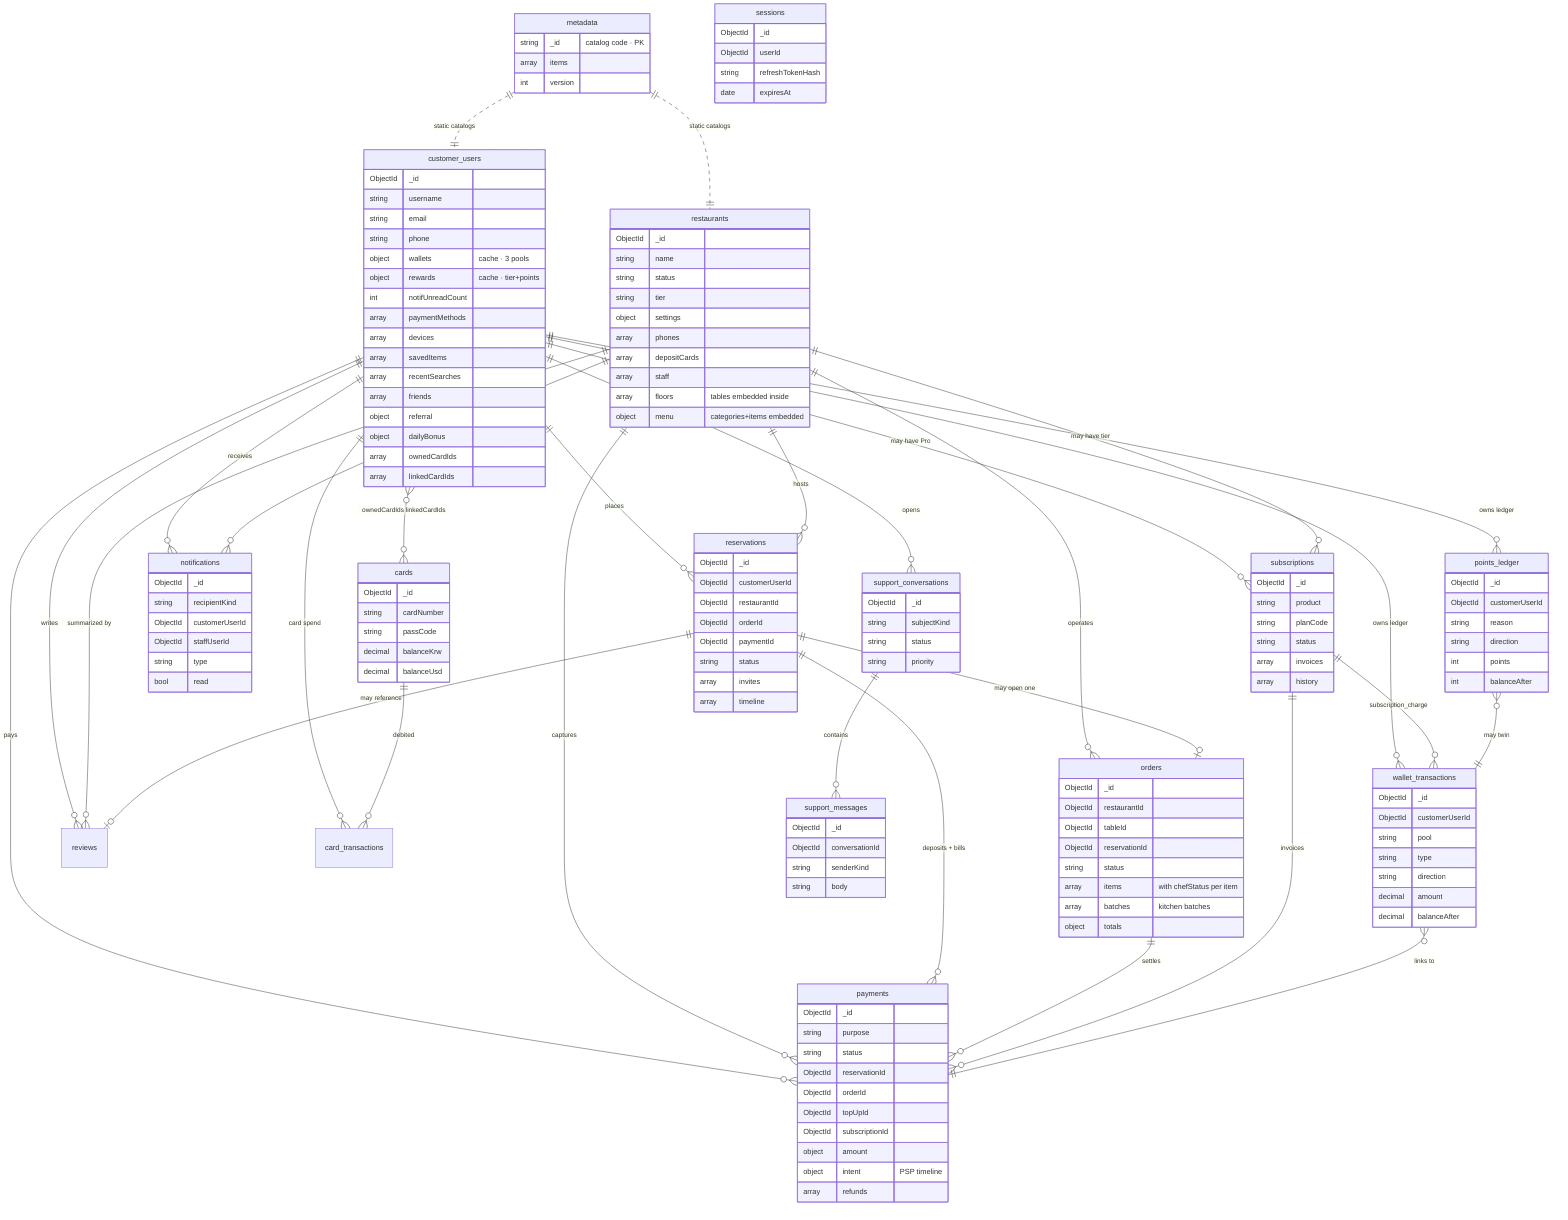
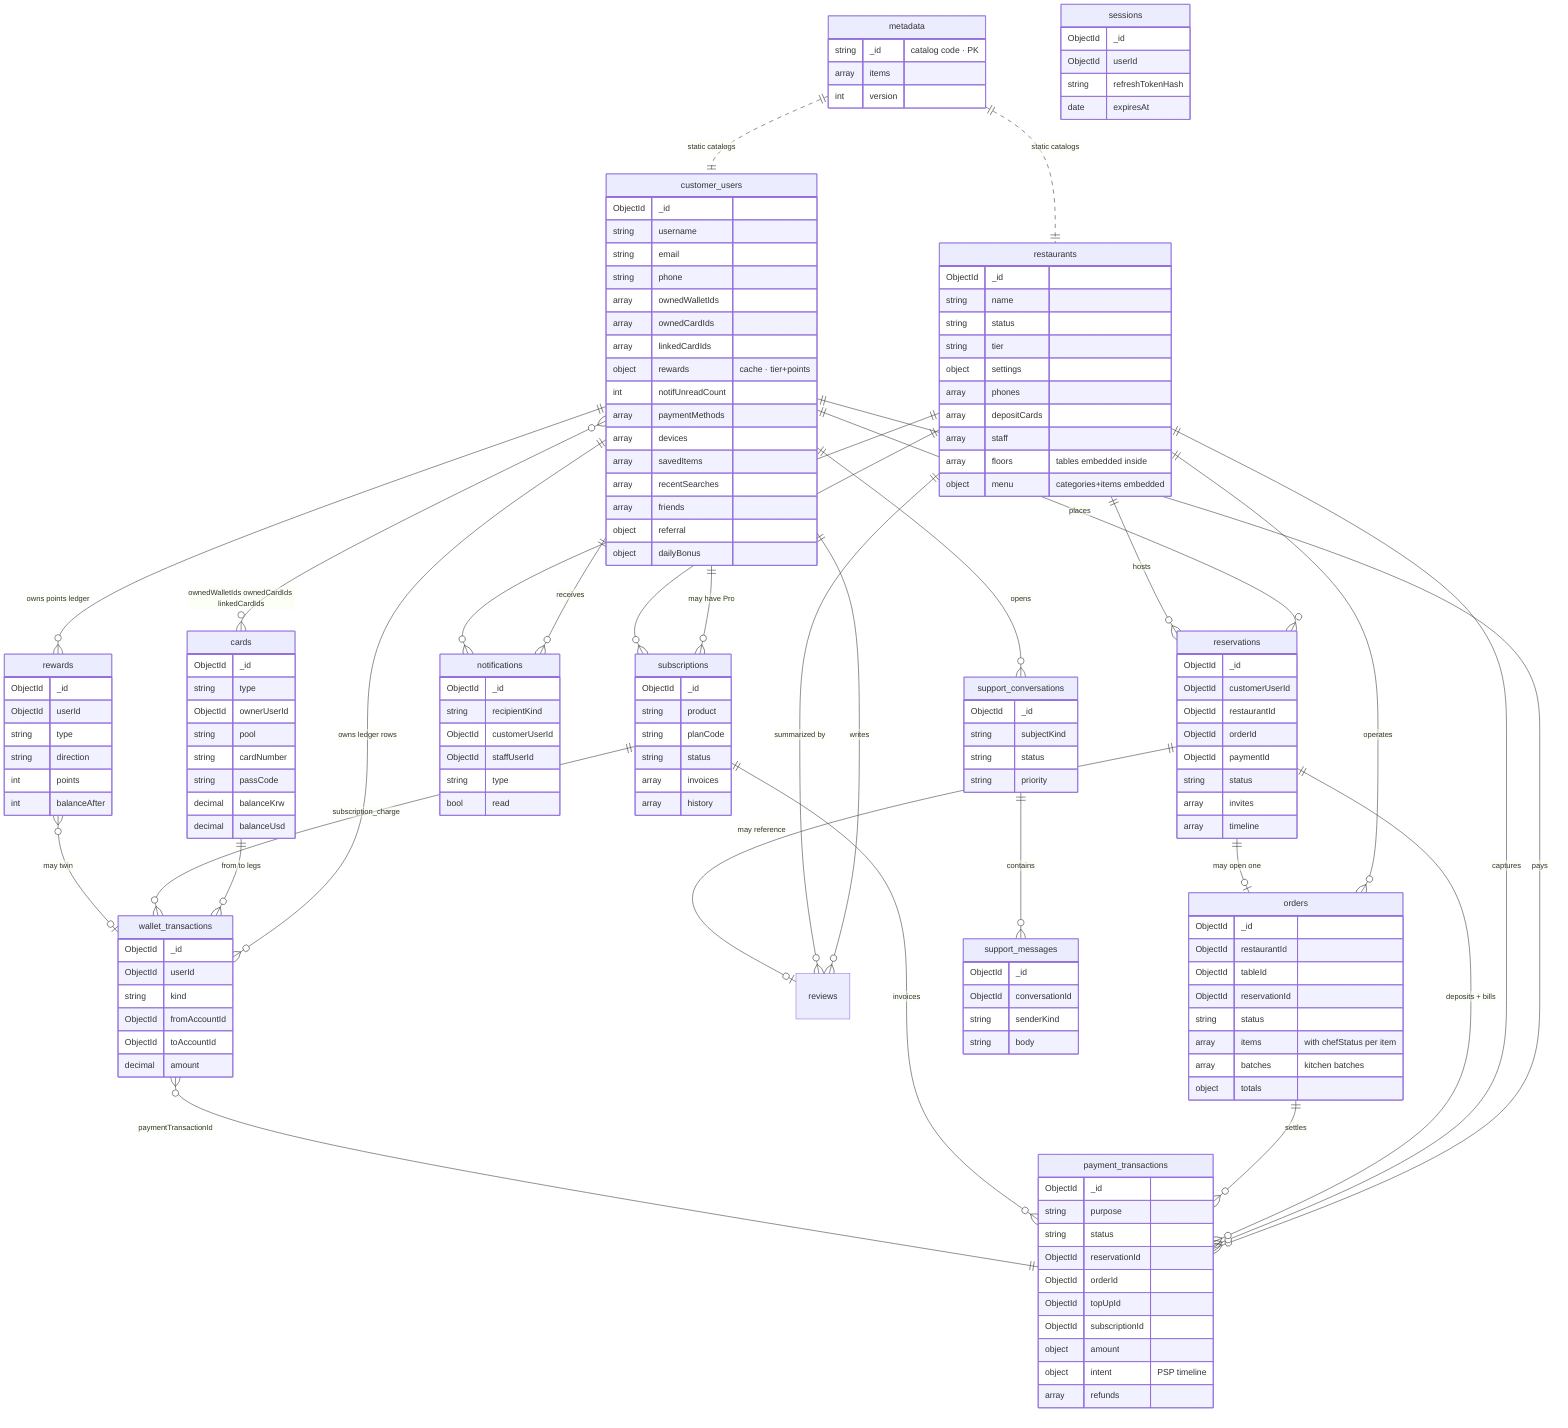
erDiagram
- %% The 15-collection compromise schema. Lines marked with `||--o{` mean
+ %% The 14-collection compromise schema. Lines marked with `||--o{` mean
%% "exactly-one to many"; `}o--o{` means many-to-many via embedded references.
- %% Cache fields living on `customer_users` (wallets, rewards, notifUnread) are
- %% kept in sync atomically with the authoritative ledger collections.
+ %% Optional cache fields on `customer_users` (rewards, notifUnread) stay in sync
+ %% with authoritative ledger collections; wallet balances live on `cards`.
    customer_users ||--o{ reservations : "places"
-     customer_users ||--o{ wallet_transactions : "owns ledger"
-     customer_users ||--o{ points_ledger : "owns ledger"
-     customer_users ||--o{ payments : "pays"
+     customer_users ||--o{ wallet_transactions : "owns ledger rows"
+     customer_users ||--o{ rewards : "owns points ledger"
+     customer_users ||--o{ payment_transactions : "pays"
    customer_users ||--o{ subscriptions : "may have Pro"
    customer_users ||--o{ notifications : "receives"
    customer_users ||--o{ support_conversations : "opens"
    customer_users ||--o{ reviews : "writes"
-     customer_users ||--o{ card_transactions : "card spend"
-     customer_users }o--o{ cards : "ownedCardIds linkedCardIds"
+     customer_users }o--o{ cards : "ownedWalletIds ownedCardIds linkedCardIds"

-     cards ||--o{ card_transactions : "debited"
+     cards ||--o{ wallet_transactions : "from to legs"

    restaurants ||--o{ reservations : "hosts"
    restaurants ||--o{ reviews : "summarized by"
    restaurants ||--o{ orders : "operates"
-     restaurants ||--o{ payments : "captures"
+     restaurants ||--o{ payment_transactions : "captures"
    restaurants ||--o{ subscriptions : "may have tier"
    restaurants ||--o{ notifications : "receives"

    reservations ||--o| orders : "may open one"
-     reservations ||--o{ payments : "deposits + bills"
+     reservations ||--o{ payment_transactions : "deposits + bills"
    reservations ||--o| reviews : "may reference"

-     orders ||--o{ payments : "settles"
+     orders ||--o{ payment_transactions : "settles"

-     subscriptions ||--o{ payments : "invoices"
+     subscriptions ||--o{ payment_transactions : "invoices"
    subscriptions ||--o{ wallet_transactions : "subscription_charge"

-     wallet_transactions }o--|| payments : "links to"
-     points_ledger }o--|| wallet_transactions : "may twin"
+     wallet_transactions }o--|| payment_transactions : "paymentTransactionId"
+     rewards }o--o| wallet_transactions : "may twin"

    support_conversations ||--o{ support_messages : "contains"

    metadata ||..|| customer_users : "static catalogs"
    metadata ||..|| restaurants : "static catalogs"

    customer_users {
        ObjectId _id
        string username
        string email
        string phone
-         object wallets       "cache · 3 pools"
+         array  ownedWalletIds
+         array  ownedCardIds
+         array  linkedCardIds
        object rewards       "cache · tier+points"
        int    notifUnreadCount
        array  paymentMethods
        array  devices
        array  savedItems
        array  recentSearches
        array  friends
        object referral
        object dailyBonus
-         array  ownedCardIds
-         array  linkedCardIds
    }
    restaurants {
        ObjectId _id
        string name
        string status
        string tier
        object settings
        array  phones
        array  depositCards
        array  staff
        array  floors           "tables embedded inside"
        object menu             "categories+items embedded"
    }
    reservations {
        ObjectId _id
        ObjectId customerUserId
        ObjectId restaurantId
        ObjectId orderId
        ObjectId paymentId
        string   status
        array    invites
        array    timeline
    }
    orders {
        ObjectId _id
        ObjectId restaurantId
        ObjectId tableId
        ObjectId reservationId
        string   status
        array    items          "with chefStatus per item"
        array    batches        "kitchen batches"
        object   totals
    }
-     payments {
+     payment_transactions {
        ObjectId _id
        string   purpose
        string   status
        ObjectId reservationId
        ObjectId orderId
        ObjectId topUpId
        ObjectId subscriptionId
        object   amount
        object   intent          "PSP timeline"
        array    refunds
    }
    wallet_transactions {
        ObjectId _id
-         ObjectId customerUserId
-         string   pool
-         string   type
-         string   direction
+         ObjectId userId
+         string   kind
+         ObjectId fromAccountId
+         ObjectId toAccountId
        decimal  amount
-         decimal  balanceAfter
    }
    cards {
        ObjectId _id
+         string   type
+         ObjectId ownerUserId
+         string   pool
        string   cardNumber
        string   passCode
        decimal  balanceKrw
        decimal  balanceUsd
    }
-     points_ledger {
+     rewards {
        ObjectId _id
-         ObjectId customerUserId
-         string   reason
+         ObjectId userId
+         string   type
        string   direction
        int      points
        int      balanceAfter
    }
    notifications {
        ObjectId _id
        string   recipientKind
        ObjectId customerUserId
        ObjectId staffUserId
        string   type
        bool     read
    }
    support_conversations {
        ObjectId _id
        string   subjectKind
        string   status
        string   priority
    }
    support_messages {
        ObjectId _id
        ObjectId conversationId
        string   senderKind
        string   body
    }
    subscriptions {
        ObjectId _id
        string   product
        string   planCode
        string   status
        array    invoices
        array    history
    }
    sessions {
        ObjectId _id
        ObjectId userId
        string   refreshTokenHash
        date     expiresAt
    }
    metadata {
        string   _id            "catalog code · PK"
        array    items
        int      version
    }
